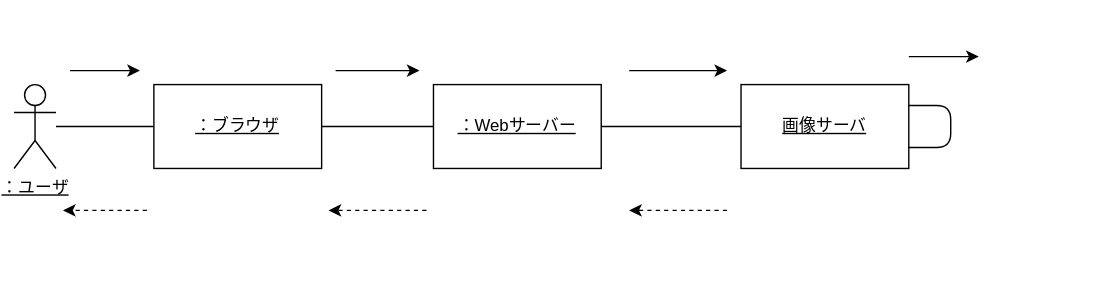
Earlier version of the draw.io export 演習５-1_CD_Web画像検索.drawio.svg (YumaSatou/uml-introduction). Source tidied: cells renumbered, new cells last; positions are measured from the earlier drawing's top-left corner, leaving out a move shared by most shapes. Source of this version:
```xml
<mxGraphModel>
  <root>
    <mxCell id="0" />
    <mxCell id="1" parent="0" />
    <mxCell id="2" style="edgeStyle=none;html=1;endArrow=none;endFill=0;" parent="1" edge="1" source="3" target="5">
      <mxGeometry relative="1" as="geometry" />
    </mxCell>
    <mxCell id="3" value="&lt;u&gt;：ユーザ&lt;/u&gt;" style="shape=umlActor;verticalLabelPosition=bottom;verticalAlign=top;html=1;outlineConnect=0;" parent="1" vertex="1">
      <mxGeometry x="5" y="60" width="30" height="60" as="geometry" />
    </mxCell>
    <mxCell id="4" style="edgeStyle=none;html=1;endArrow=none;endFill=0;" parent="1" edge="1" source="5" target="7">
      <mxGeometry relative="1" as="geometry" />
    </mxCell>
    <mxCell id="5" value="&lt;u&gt;：ブラウザ&lt;/u&gt;" style="whiteSpace=wrap;html=1;verticalAlign=middle;" parent="1" vertex="1">
      <mxGeometry x="105" y="60" width="120" height="60" as="geometry" />
    </mxCell>
    <mxCell id="6" style="edgeStyle=none;html=1;endArrow=none;endFill=0;" parent="1" edge="1" source="7" target="8">
      <mxGeometry relative="1" as="geometry" />
    </mxCell>
    <mxCell id="7" value="：Webサーバー" style="whiteSpace=wrap;html=1;verticalAlign=middle;fontStyle=4;" parent="1" vertex="1">
      <mxGeometry x="305" y="60" width="120" height="60" as="geometry" />
    </mxCell>
    <mxCell id="8" value="画像サーバ" style="whiteSpace=wrap;html=1;verticalAlign=middle;fontStyle=4;" parent="1" vertex="1">
      <mxGeometry x="525" y="60" width="120" height="60" as="geometry" />
    </mxCell>
    <mxCell id="9" style="endArrow=classic;html=1;fontColor=none;" parent="1" edge="1">
      <mxGeometry relative="1" as="geometry">
        <mxPoint x="45" y="50" as="sourcePoint" />
        <mxPoint x="95" y="50" as="targetPoint" />
      </mxGeometry>
    </mxCell>
    <mxCell id="10" value="&lt;font color=&quot;#ffffff&quot;&gt;1:リンクボタンを押す&lt;/font&gt;" style="text;html=1;strokeColor=none;fillColor=none;align=center;verticalAlign=middle;whiteSpace=wrap;rounded=0;fontColor=none;" parent="1" vertex="1">
      <mxGeometry x="5" width="130" height="30" as="geometry" />
    </mxCell>
    <mxCell id="11" style="endArrow=classic;html=1;fontColor=none;" parent="1" edge="1">
      <mxGeometry relative="1" as="geometry">
        <mxPoint x="235" y="50" as="sourcePoint" />
        <mxPoint x="295" y="50" as="targetPoint" />
      </mxGeometry>
    </mxCell>
    <mxCell id="12" value="&lt;font color=&quot;#ffffff&quot;&gt;2:画像ファイル名を渡す&lt;/font&gt;" style="text;html=1;strokeColor=none;fillColor=none;align=center;verticalAlign=middle;whiteSpace=wrap;rounded=0;fontColor=none;" parent="1" vertex="1">
      <mxGeometry x="195" width="140" height="30" as="geometry" />
    </mxCell>
    <mxCell id="13" style="endArrow=classic;html=1;fontColor=none;" parent="1" edge="1">
      <mxGeometry relative="1" as="geometry">
        <mxPoint x="445" y="50" as="sourcePoint" />
        <mxPoint x="515" y="50" as="targetPoint" />
      </mxGeometry>
    </mxCell>
    <mxCell id="14" value="&lt;font color=&quot;#ffffff&quot;&gt;3:画像ファイル名を探す命令を渡す&lt;/font&gt;" style="text;html=1;strokeColor=none;fillColor=none;align=center;verticalAlign=middle;whiteSpace=wrap;rounded=0;fontColor=none;" parent="1" vertex="1">
      <mxGeometry x="385" width="200" height="30" as="geometry" />
    </mxCell>
    <mxCell id="15" style="edgeStyle=none;html=1;exitX=1;exitY=0.25;exitDx=0;exitDy=0;entryX=1;entryY=0.75;entryDx=0;entryDy=0;fontColor=#FFFFFF;endArrow=none;endFill=0;" parent="1" edge="1" source="8" target="8">
      <mxGeometry relative="1" as="geometry">
        <Array as="points">
          <mxPoint x="675" y="75" />
          <mxPoint x="675" y="105" />
        </Array>
      </mxGeometry>
    </mxCell>
    <mxCell id="16" style="endArrow=classic;html=1;fontColor=none;" parent="1" edge="1">
      <mxGeometry relative="1" as="geometry">
        <mxPoint x="645" y="40" as="sourcePoint" />
        <mxPoint x="695" y="40" as="targetPoint" />
      </mxGeometry>
    </mxCell>
    <mxCell id="17" value="&lt;font color=&quot;#ffffff&quot;&gt;4:画像ファイルを探す&lt;/font&gt;" style="text;html=1;strokeColor=none;fillColor=none;align=center;verticalAlign=middle;whiteSpace=wrap;rounded=0;fontColor=none;" parent="1" vertex="1">
      <mxGeometry x="585" width="200" height="30" as="geometry" />
    </mxCell>
    <mxCell id="18" style="endArrow=classic;html=1;fontColor=none;dashed=1;" parent="1" edge="1">
      <mxGeometry relative="1" as="geometry">
        <mxPoint x="515" y="150" as="sourcePoint" />
        <mxPoint x="445" y="150" as="targetPoint" />
      </mxGeometry>
    </mxCell>
    <mxCell id="19" value="&lt;font color=&quot;#ffffff&quot;&gt;5:画像ファイル&lt;/font&gt;" style="text;html=1;strokeColor=none;fillColor=none;align=center;verticalAlign=middle;whiteSpace=wrap;rounded=0;fontColor=none;" parent="1" vertex="1">
      <mxGeometry x="415" y="170" width="140" height="30" as="geometry" />
    </mxCell>
    <mxCell id="20" style="endArrow=classic;html=1;fontColor=none;dashed=1;" parent="1" edge="1">
      <mxGeometry relative="1" as="geometry">
        <mxPoint x="300" y="150" as="sourcePoint" />
        <mxPoint x="230" y="150" as="targetPoint" />
      </mxGeometry>
    </mxCell>
    <mxCell id="21" value="&lt;font color=&quot;#ffffff&quot;&gt;6:HTMLと画像ファイル&lt;/font&gt;" style="text;html=1;strokeColor=none;fillColor=none;align=center;verticalAlign=middle;whiteSpace=wrap;rounded=0;fontColor=none;" parent="1" vertex="1">
      <mxGeometry x="195" y="170" width="140" height="30" as="geometry" />
    </mxCell>
    <mxCell id="22" style="endArrow=classic;html=1;fontColor=none;dashed=1;" parent="1" edge="1">
      <mxGeometry relative="1" as="geometry">
        <mxPoint x="100" y="150" as="sourcePoint" />
        <mxPoint x="40" y="150" as="targetPoint" />
      </mxGeometry>
    </mxCell>
    <mxCell id="23" value="&lt;font color=&quot;#ffffff&quot;&gt;7:画像の閲覧&lt;/font&gt;" style="text;html=1;strokeColor=none;fillColor=none;align=center;verticalAlign=middle;whiteSpace=wrap;rounded=0;fontColor=none;" parent="1" vertex="1">
      <mxGeometry y="170" width="140" height="30" as="geometry" />
    </mxCell>
  </root>
</mxGraphModel>
```
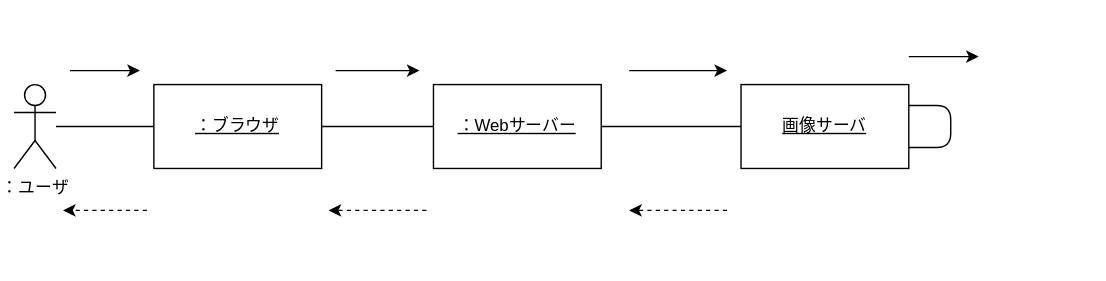
The same file after the commit.

Diff of the diagram source:
```diff
@@ -5,7 +5,7 @@
     <mxCell id="2" style="edgeStyle=none;html=1;endArrow=none;endFill=0;" parent="1" edge="1" source="3" target="5">
       <mxGeometry relative="1" as="geometry" />
     </mxCell>
-    <mxCell id="3" value="&lt;u&gt;：ユーザ&lt;/u&gt;" style="shape=umlActor;verticalLabelPosition=bottom;verticalAlign=top;html=1;outlineConnect=0;" parent="1" vertex="1">
+    <mxCell id="3" value="：ユーザ" style="shape=umlActor;verticalLabelPosition=bottom;verticalAlign=top;html=1;outlineConnect=0;" parent="1" vertex="1">
       <mxGeometry x="5" y="60" width="30" height="60" as="geometry" />
     </mxCell>
     <mxCell id="4" style="edgeStyle=none;html=1;endArrow=none;endFill=0;" parent="1" edge="1" source="5" target="7">
```
